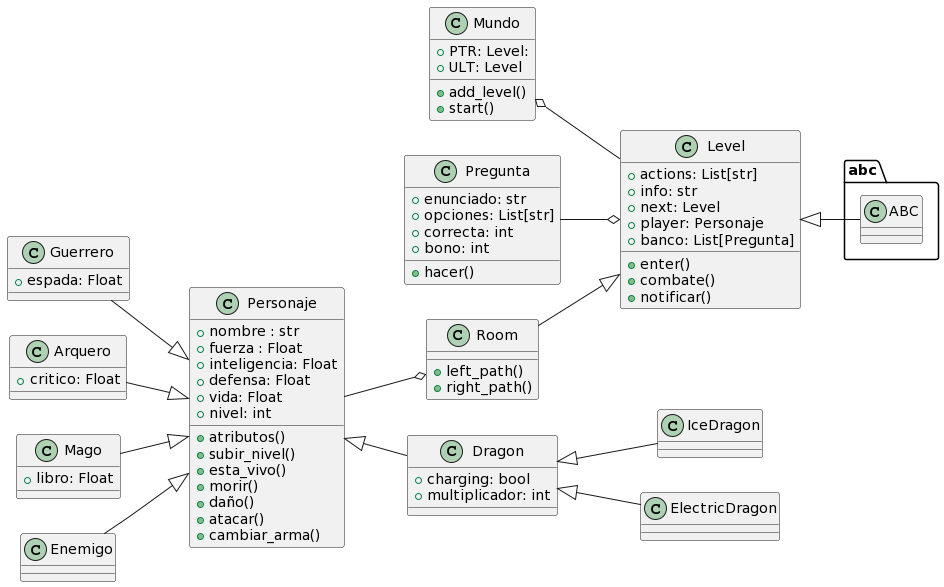
Earlier version of the PlantUML export img/UML.png (davidmosquera03/OOP_FinalProject).
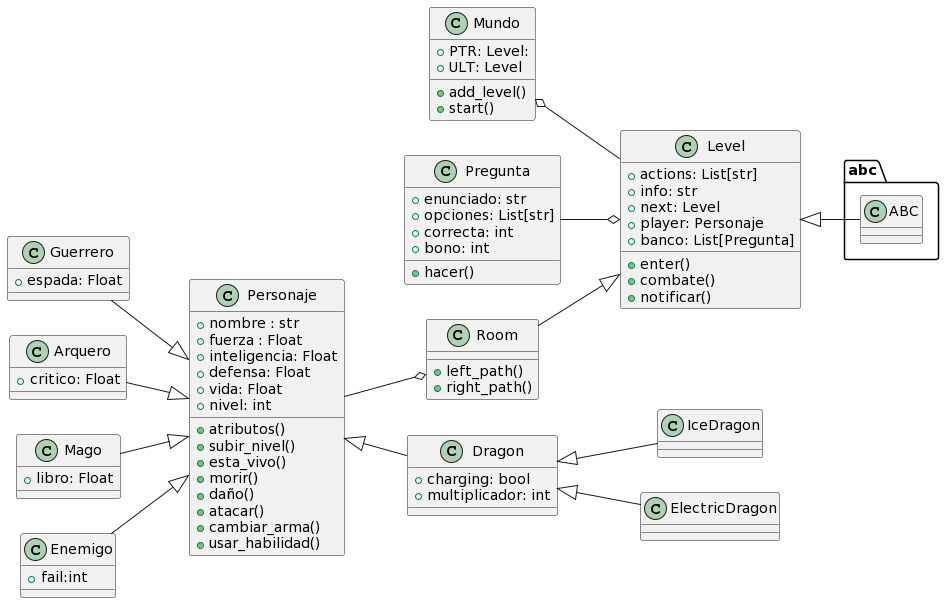
Above is the later version.

Change to the diagram source:
```diff
@@ -13,7 +13,8 @@
 +morir()
 +daño()
 +atacar()
-+ cambiar_arma()
++cambiar_arma()
++usar_habilidad()
 }
 class Guerrero{
 + espada: Float
@@ -41,6 +42,7 @@
 + notificar()
 }
 class Enemigo{
++fail:int
 }
 class abc.ABC{
 }
```
